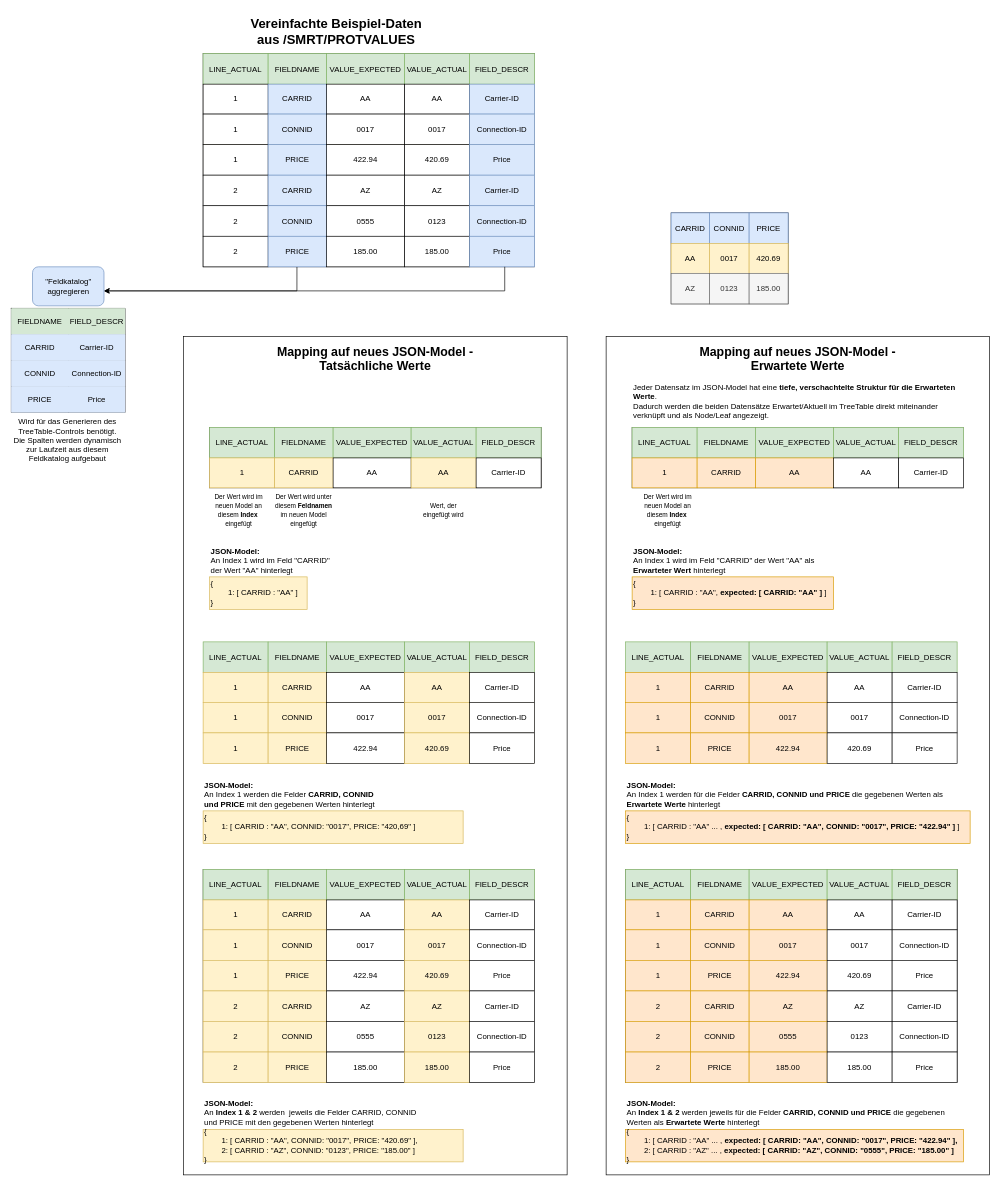
Before: Strukturierte Ansicht Daten-Transformation.drawio in Raaphaaa/UI5-Playground, a draw.io diagram. Source tidied: cells renumbered, new cells numbered last; positions are measured from the earlier drawing's top-left corner, leaving out a move shared by most shapes. Both pictures are drawn from the tidied source at 65%, with x=0, y=0 at pixel (11, 11).
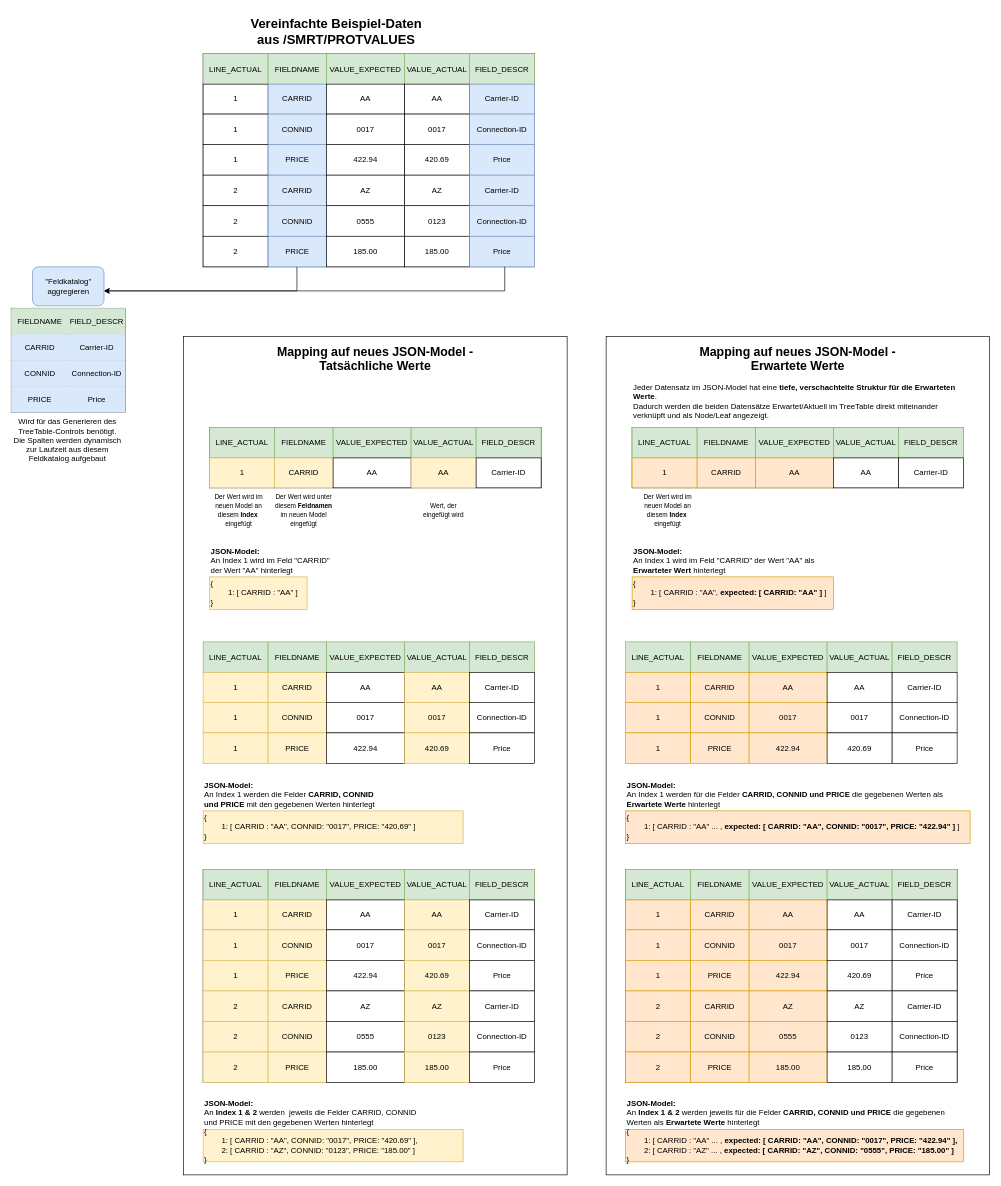
After the change.

The edit, as a diff of the source:
```diff
@@
-    <mxCell id="154" style="childLayout=tableLayout;shadow=0;fillColor=none;" parent="1" vertex="1">
-      <mxGeometry x="1015" y="310" width="180" height="140" as="geometry" />
-    </mxCell>
-    <mxCell id="155" style="shape=tableRow;horizontal=0;startSize=0;swimlaneHead=0;swimlaneBody=0;top=0;left=0;bottom=0;right=0;fontStyle=0;fillColor=#dae8fc;strokeColor=#6c8ebf;" parent="154" vertex="1">
-      <mxGeometry width="180" height="47" as="geometry" />
-    </mxCell>
-    <mxCell id="156" value="CARRID" style="strokeColor=#6c8ebf;fillColor=#dae8fc;align=center;whiteSpace=wrap;html=1;" parent="155" vertex="1">
-      <mxGeometry width="59" height="47" as="geometry" />
-    </mxCell>
-    <mxCell id="157" value="CONNID" style="strokeColor=#6c8ebf;fillColor=#dae8fc;align=center;whiteSpace=wrap;html=1;" parent="155" vertex="1">
-      <mxGeometry x="59" width="61" height="47" as="geometry" />
-    </mxCell>
-    <mxCell id="158" value="PRICE" style="strokeColor=#6c8ebf;fillColor=#dae8fc;align=center;whiteSpace=wrap;html=1;" parent="155" vertex="1">
-      <mxGeometry x="120" width="60" height="47" as="geometry" />
-    </mxCell>
-    <mxCell id="159" style="shape=tableRow;horizontal=0;startSize=0;swimlaneHead=0;swimlaneBody=0;top=0;left=0;bottom=0;right=0;fontStyle=0;fillColor=#fff2cc;strokeColor=#d6b656;" parent="154" vertex="1">
-      <mxGeometry y="47" width="180" height="46" as="geometry" />
-    </mxCell>
-    <mxCell id="160" value="AA" style="strokeColor=#d6b656;fillColor=#fff2cc;align=center;whiteSpace=wrap;html=1;" parent="159" vertex="1">
-      <mxGeometry width="59" height="46" as="geometry" />
-    </mxCell>
-    <mxCell id="161" value="0017" style="strokeColor=#d6b656;fillColor=#fff2cc;align=center;whiteSpace=wrap;html=1;" parent="159" vertex="1">
-      <mxGeometry x="59" width="61" height="46" as="geometry" />
-    </mxCell>
-    <mxCell id="162" value="420.69" style="strokeColor=#d6b656;fillColor=#fff2cc;align=center;whiteSpace=wrap;html=1;" parent="159" vertex="1">
-      <mxGeometry x="120" width="60" height="46" as="geometry" />
-    </mxCell>
-    <mxCell id="163" style="shape=tableRow;horizontal=0;startSize=0;swimlaneHead=0;swimlaneBody=0;top=0;left=0;bottom=0;right=0;fontStyle=0;fillColor=#f5f5f5;strokeColor=#666666;fontColor=#333333;" parent="154" vertex="1">
-      <mxGeometry y="93" width="180" height="47" as="geometry" />
-    </mxCell>
-    <mxCell id="164" value="AZ" style="strokeColor=#666666;fillColor=#f5f5f5;align=center;whiteSpace=wrap;html=1;fontColor=#333333;" parent="163" vertex="1">
-      <mxGeometry width="59" height="47" as="geometry" />
-    </mxCell>
-    <mxCell id="165" value="0123" style="strokeColor=#666666;fillColor=#f5f5f5;align=center;whiteSpace=wrap;html=1;fontColor=#333333;" parent="163" vertex="1">
-      <mxGeometry x="59" width="61" height="47" as="geometry" />
-    </mxCell>
-    <mxCell id="166" value="185.00" style="strokeColor=#666666;fillColor=#f5f5f5;align=center;whiteSpace=wrap;html=1;fontColor=#333333;" parent="163" vertex="1">
-      <mxGeometry x="120" width="60" height="47" as="geometry" />
-    </mxCell>
```
